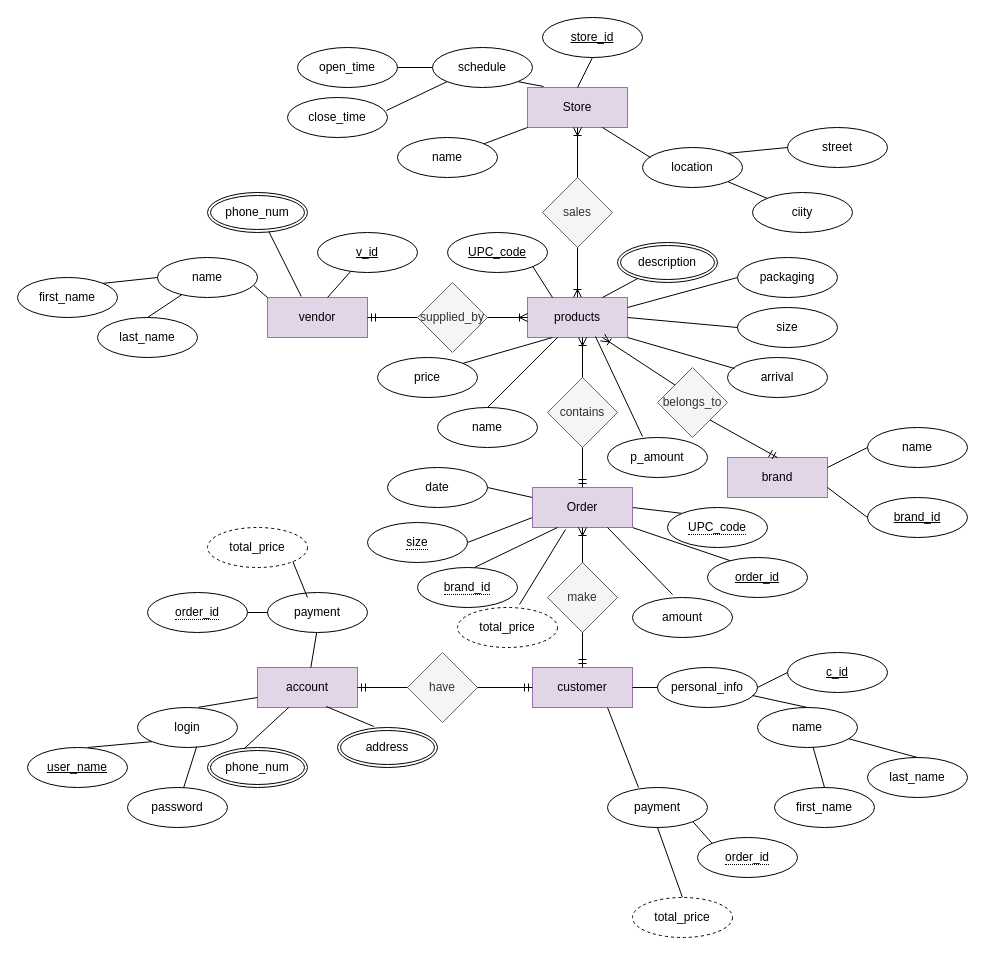
Above: project/project.part1.drawio in Sayakhatova/DBlab (draw.io), before the change. Source tidied: cells renumbered, new cells numbered last; positions are measured from the earlier drawing's top-left corner, leaving out a move shared by most shapes. Both pictures are drawn from the tidied source at 100%, with x=0, y=0 at pixel (17, 17).
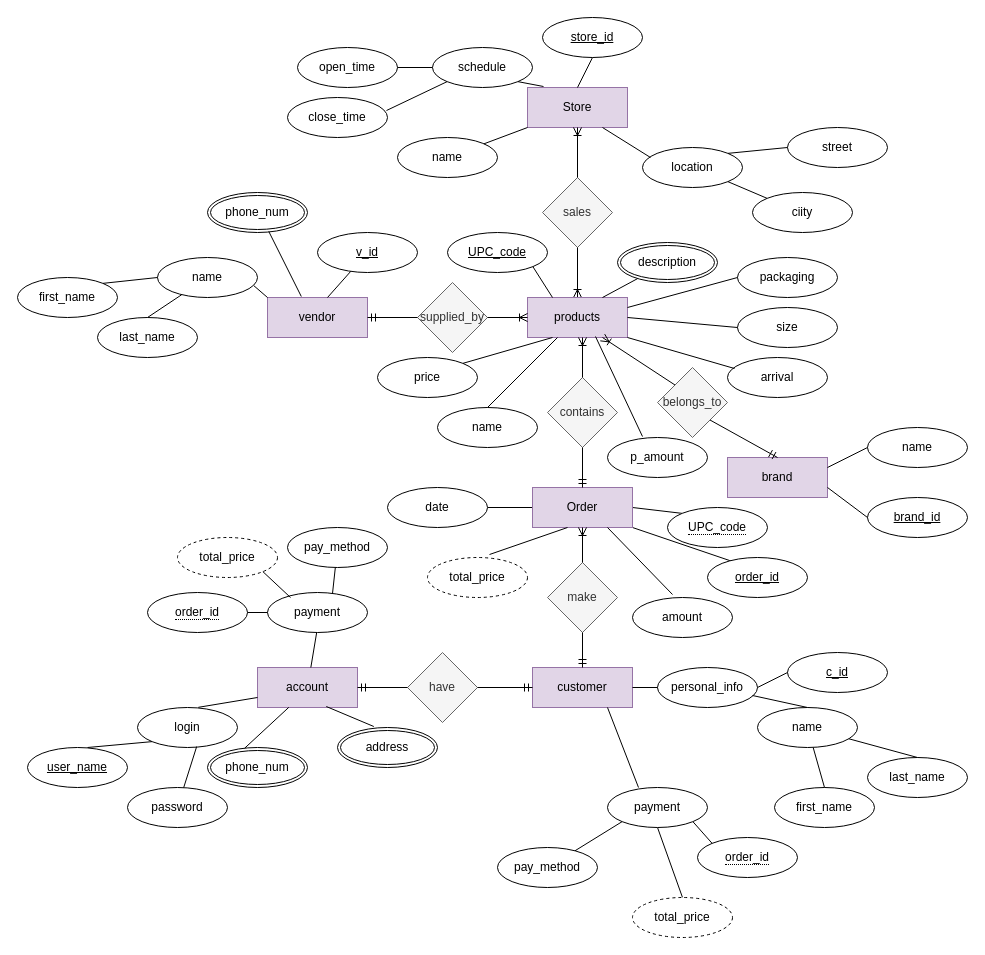
Above is the later version.

Unchanged cells that the change refers to:
```xml
<mxCell id="86" value="Order" style="whiteSpace=wrap;html=1;align=center;fillColor=#e1d5e7;strokeColor=#9673a6;" parent="1" vertex="1">
  <mxGeometry x="515" y="470" width="100" height="40" as="geometry" />
</mxCell>
<mxCell id="107" value="payment" style="ellipse;whiteSpace=wrap;html=1;align=center;" parent="1" vertex="1">
  <mxGeometry x="590" y="770" width="100" height="40" as="geometry" />
</mxCell>
<mxCell id="111" value="payment" style="ellipse;whiteSpace=wrap;html=1;align=center;" parent="1" vertex="1">
  <mxGeometry x="250" y="575" width="100" height="40" as="geometry" />
</mxCell>
```

What changed in the source:
```diff
@@
-    <mxCell id="31" style="endArrow=none;html=1;rounded=0;sketch=0;exitX=0;exitY=0.25;exitDx=0;exitDy=0;entryX=1;entryY=0.5;entryDx=0;entryDy=0;" parent="1" edge="1" source="86" target="95">
+    <mxCell id="31" style="endArrow=none;html=1;rounded=0;sketch=0;entryX=1;entryY=0.5;entryDx=0;entryDy=0;exitX=0;exitY=0.5;exitDx=0;exitDy=0;" parent="1" edge="1" source="86" target="95">
       <mxGeometry relative="1" as="geometry" />
     </mxCell>
-    <mxCell id="32" style="endArrow=none;html=1;rounded=0;sketch=0;exitX=0;exitY=0.75;exitDx=0;exitDy=0;entryX=1;entryY=0.5;entryDx=0;entryDy=0;" parent="1" edge="1" source="86" target="34">
-      <mxGeometry relative="1" as="geometry" />
-    </mxCell>
@@
-    <mxCell id="34" value="&lt;span style=&quot;border-bottom: 1px dotted&quot;&gt;size&lt;/span&gt;" style="ellipse;whiteSpace=wrap;html=1;align=center;rounded=0;sketch=0;" parent="1" vertex="1">
-      <mxGeometry x="350" y="505" width="100" height="40" as="geometry" />
-    </mxCell>
@@
     <mxCell id="95" value="date" style="ellipse;whiteSpace=wrap;html=1;align=center;" parent="1" vertex="1">
-      <mxGeometry x="370" y="450" width="100" height="40" as="geometry" />
+      <mxGeometry x="370" y="470" width="100" height="40" as="geometry" />
     </mxCell>
-    <mxCell id="96" value="&lt;span style=&quot;border-bottom: 1px dotted&quot;&gt;brand_id&lt;/span&gt;" style="ellipse;whiteSpace=wrap;html=1;align=center;" parent="1" vertex="1">
-      <mxGeometry x="400" y="550" width="100" height="40" as="geometry" />
-    </mxCell>
-    <mxCell id="97" style="endArrow=none;html=1;rounded=0;sketch=0;exitX=0.25;exitY=1;exitDx=0;exitDy=0;entryX=0.57;entryY=0;entryDx=0;entryDy=0;entryPerimeter=0;" parent="1" edge="1" source="86" target="96">
-      <mxGeometry relative="1" as="geometry" />
-    </mxCell>
@@
     <mxCell id="109" value="total_price" style="ellipse;whiteSpace=wrap;html=1;align=center;dashed=1;rounded=0;sketch=0;" parent="1" vertex="1">
-      <mxGeometry x="440" y="590" width="100" height="40" as="geometry" />
+      <mxGeometry x="410" y="540" width="100" height="40" as="geometry" />
     </mxCell>
-    <mxCell id="110" style="endArrow=none;html=1;rounded=0;sketch=0;exitX=0.33;exitY=1.05;exitDx=0;exitDy=0;entryX=0.62;entryY=-0.075;entryDx=0;entryDy=0;entryPerimeter=0;exitPerimeter=0;" parent="1" edge="1" source="86" target="109">
-      <mxGeometry relative="1" as="geometry" />
+    <mxCell id="110" style="endArrow=none;html=1;rounded=0;sketch=0;entryX=0.62;entryY=-0.075;entryDx=0;entryDy=0;entryPerimeter=0;" parent="1" edge="1" target="109">
+      <mxGeometry relative="1" as="geometry">
+        <mxPoint x="550" y="510" as="sourcePoint" />
+      </mxGeometry>
     </mxCell>
@@
     <mxCell id="112" value="total_price" style="ellipse;whiteSpace=wrap;html=1;align=center;dashed=1;rounded=0;sketch=0;" parent="1" vertex="1">
-      <mxGeometry x="190" y="510" width="100" height="40" as="geometry" />
+      <mxGeometry x="160" y="520" width="100" height="40" as="geometry" />
     </mxCell>
@@
-    <mxCell id="114" style="endArrow=none;html=1;rounded=0;sketch=0;exitX=1;exitY=1;exitDx=0;exitDy=0;" parent="1" edge="1" source="112">
-      <mxGeometry relative="1" as="geometry">
-        <mxPoint x="290" y="580" as="targetPoint" />
-      </mxGeometry>
+    <mxCell id="114" style="endArrow=none;html=1;rounded=0;sketch=0;exitX=1;exitY=1;exitDx=0;exitDy=0;entryX=0.23;entryY=0.125;entryDx=0;entryDy=0;entryPerimeter=0;" parent="1" edge="1" source="112" target="111">
+      <mxGeometry relative="1" as="geometry" />
     </mxCell>
@@
+    <mxCell id="121" value="pay_method" style="ellipse;whiteSpace=wrap;html=1;align=center;" parent="1" vertex="1">
+      <mxGeometry x="480" y="830" width="100" height="40" as="geometry" />
+    </mxCell>
+    <mxCell id="122" style="endArrow=none;html=1;rounded=0;sketch=0;entryX=0;entryY=1;entryDx=0;entryDy=0;" parent="1" edge="1" source="121" target="107">
+      <mxGeometry relative="1" as="geometry" />
+    </mxCell>
+    <mxCell id="123" value="pay_method" style="ellipse;whiteSpace=wrap;html=1;align=center;" parent="1" vertex="1">
+      <mxGeometry x="270" y="510" width="100" height="40" as="geometry" />
+    </mxCell>
+    <mxCell id="124" style="endArrow=none;html=1;rounded=0;sketch=0;entryX=0.65;entryY=0.025;entryDx=0;entryDy=0;entryPerimeter=0;" parent="1" edge="1" source="123" target="111">
+      <mxGeometry relative="1" as="geometry" />
+    </mxCell>
```
